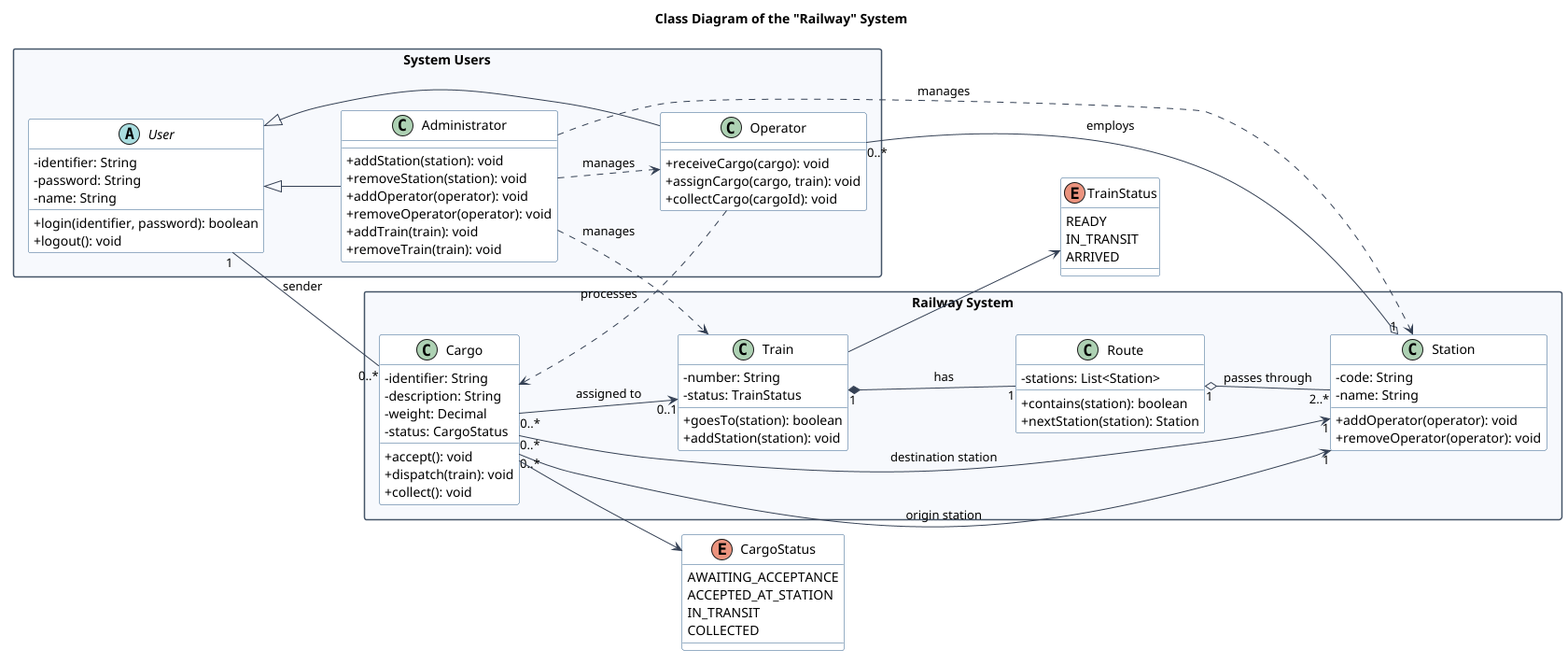
Earlier version of the PlantUML export uml/class-diagram/Диаграмма_классов.png (Gu4rDe/railway).
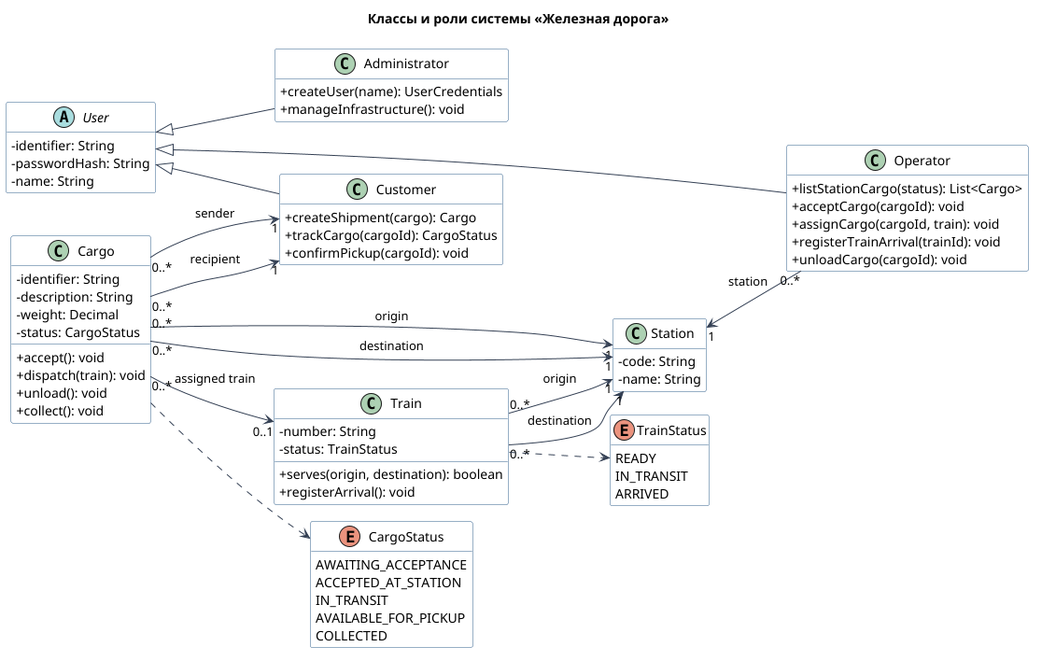
The same diagram one commit later.

What changed in the source:
```diff
@@ -1,82 +1,71 @@
 @startuml
 !pragma layout smetana
-title Class Diagram of the "Railway" System
+title Классы и роли системы «Железная дорога»
 
 left to right direction
-skinparam linetype ortho
 skinparam classAttributeIconSize 0
-skinparam nodesep 70
+skinparam nodesep 80
 skinparam ranksep 90
-skinparam packageStyle rectangle
 skinparam shadowing false
 skinparam defaultFontName Arial
 skinparam ArrowColor #344054
 skinparam ClassBorderColor #2F5D8A
 skinparam ClassBackgroundColor #FFFFFF
-skinparam PackageBorderColor #455468
-skinparam PackageBackgroundColor #F7F9FC
+hide empty members
 
-package "System Users" {
-  abstract class User {
-    - identifier: String
-    - password: String
-    - name: String
-    + login(identifier, password): boolean
-    + logout(): void
-  }
-
-  class Administrator {
-    + addStation(station): void
-    + removeStation(station): void
-    + addOperator(operator): void
-    + removeOperator(operator): void
-    + addTrain(train): void
-    + removeTrain(train): void
-  }
-
-  class Operator {
-    + receiveCargo(cargo): void
-    + assignCargo(cargo, train): void
-    + collectCargo(cargoId): void
-  }
+abstract class User {
+  - identifier: String
+  - passwordHash: String
+  - name: String
 }
 
-package "Railway System" {
-  class Station {
-    - code: String
-    - name: String
-    + addOperator(operator): void
-    + removeOperator(operator): void
-  }
+class Administrator {
+  + createUser(name): UserCredentials
+  + manageInfrastructure(): void
+}
 
-  class Train {
-    - number: String
-    - status: TrainStatus
-    + goesTo(station): boolean
-    + addStation(station): void
-  }
+class Operator {
+  + listStationCargo(status): List<Cargo>
+  + acceptCargo(cargoId): void
+  + assignCargo(cargoId, train): void
+  + registerTrainArrival(trainId): void
+  + unloadCargo(cargoId): void
+}
 
-  class Route {
-    - stations: List<Station>
-    + contains(station): boolean
-    + nextStation(station): Station
-  }
+class Customer {
+  + createShipment(cargo): Cargo
+  + trackCargo(cargoId): CargoStatus
+  + confirmPickup(cargoId): void
+}
 
-  class Cargo {
-    - identifier: String
-    - description: String
-    - weight: Decimal
-    - status: CargoStatus
-    + accept(): void
-    + dispatch(train): void
-    + collect(): void
-  }
+class Station {
+  - code: String
+  - name: String
+}
+
+class Train {
+  - number: String
+  - status: TrainStatus
+  + serves(origin, destination): boolean
+  + registerArrival(): void
+}
+
+class Cargo {
+  - identifier: String
+  - description: String
+  - weight: Decimal
+  - status: CargoStatus
+  + accept(): void
+  + dispatch(train): void
+  + unload(): void
+  + collect(): void
 }
 
 enum CargoStatus {
   AWAITING_ACCEPTANCE
   ACCEPTED_AT_STATION
   IN_TRANSIT
+  AVAILABLE_FOR_PICKUP
   COLLECTED
 }
 
@@ -86,24 +75,20 @@
   ARRIVED
 }
 
-User <|-- Administrator
-User <|-- Operator
+Administrator -up-|> User
+Operator -up-|> User
+Customer -up-|> User
 
-Station "1" o-- "0..*" Operator : employs
-Train "1" *-- "1" Route : has
-Route "1" o-- "2..*" Station : passes through
+Station "1" <-- "0..*" Operator : station
+Train "0..*" --> "1" Station : origin
+Train "0..*" --> "1" Station : destination
+Cargo "0..*" --> "1" Station : origin
+Cargo "0..*" --> "1" Station : destination
+Cargo "0..*" --> "0..1" Train : assigned train
+Cargo "0..*" --> "1" Customer : sender
+Cargo "0..*" --> "1" Customer : recipient
 
-User "1" -- "0..*" Cargo : sender
-Cargo "0..*" --> "1" Station : origin station
-Cargo "0..*" --> "1" Station : destination station
-Cargo "0..*" --> "0..1" Train : assigned to
-
-Train --> TrainStatus
-Cargo --> CargoStatus
-
-Administrator ..> Station : manages
-Administrator ..> Operator : manages
-Administrator ..> Train : manages
-Operator ..> Cargo : processes
+Train ..> TrainStatus
+Cargo ..> CargoStatus
 
 @enduml
```
